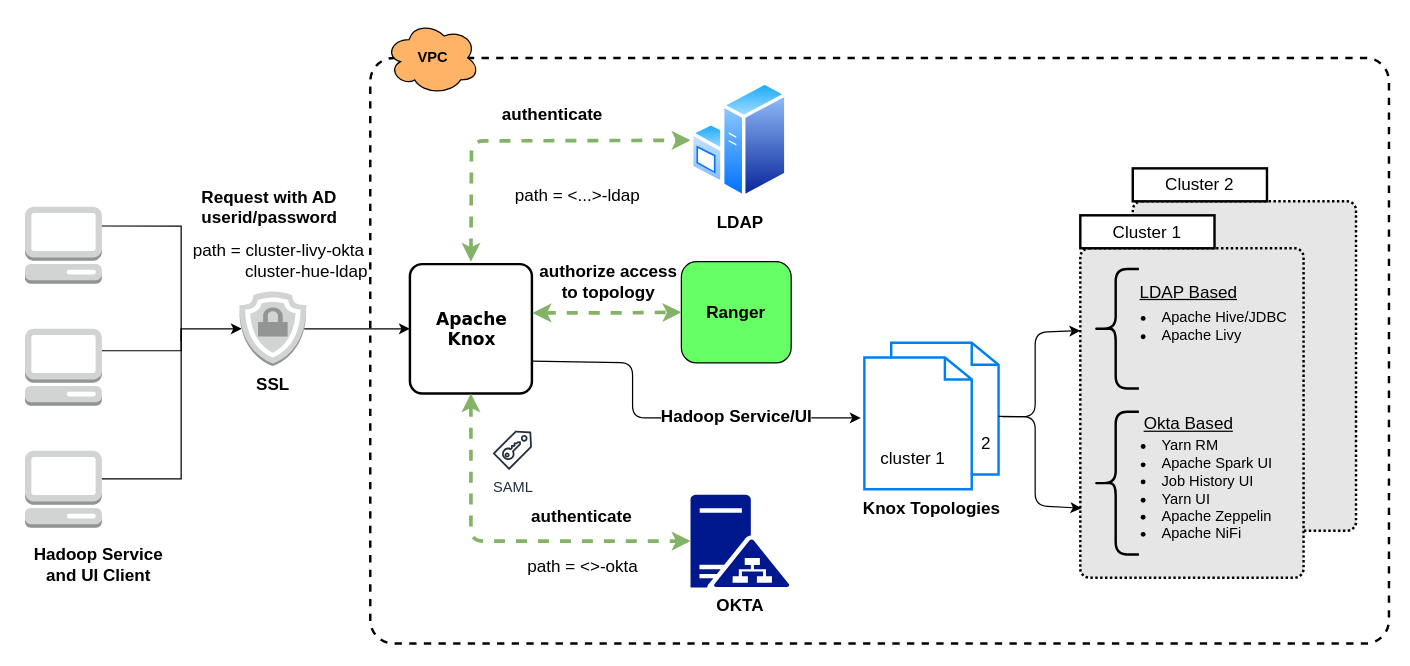
iphysresearch/drawio keeps this draw.io diagram as knox.drawio. Above is the earlier version. Source tidied: cells renumbered, new cells numbered last; positions are measured from the earlier drawing's top-left corner, leaving out a move shared by most shapes. Both pictures are drawn from the tidied source at 122%, with x=0, y=0 at pixel (24, 21).
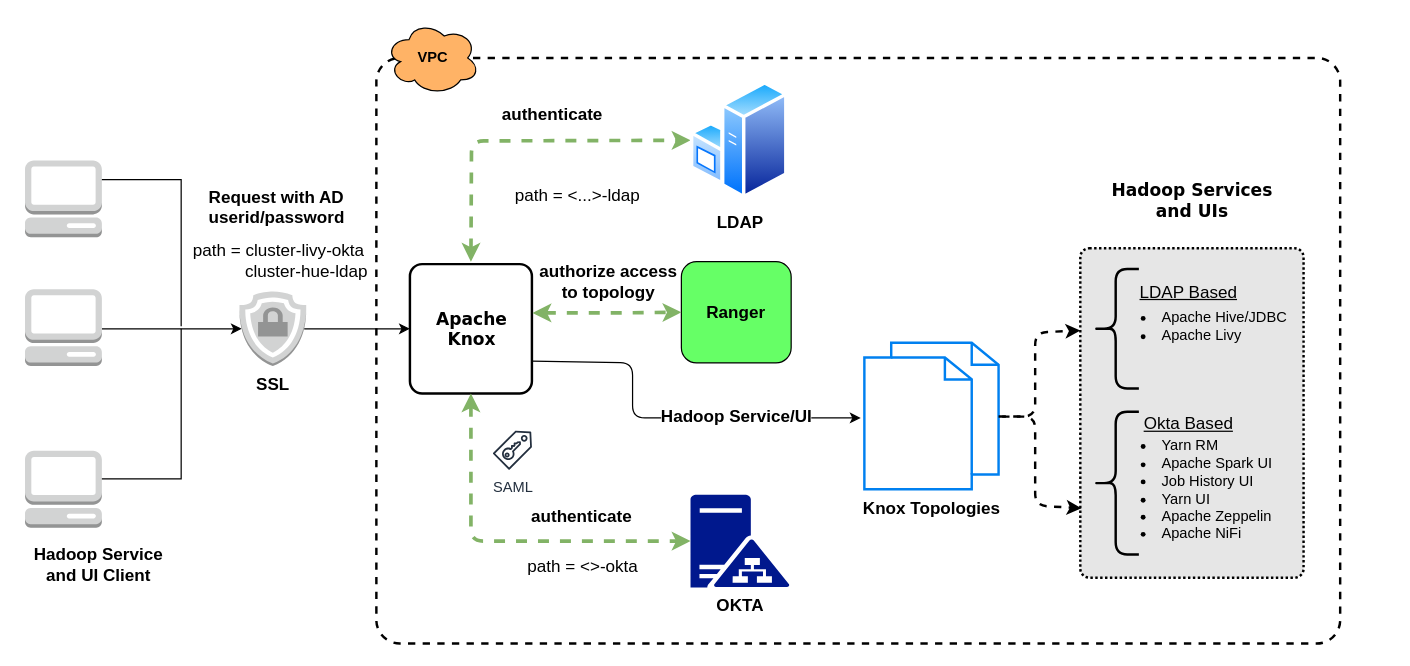
The same diagram, later.

Unchanged cells that the change refers to:
```xml
<mxCell id="2" value="Knox Topologies" style="html=1;verticalLabelPosition=bottom;align=center;labelBackgroundColor=#ffffff;verticalAlign=top;strokeWidth=2;strokeColor=#0080F0;fillColor=#ffffff;shadow=0;dashed=0;shape=mxgraph.ios7.icons.documents;rounded=1;glass=0;comic=0;fontSize=14;fontStyle=1;" parent="1" vertex="1">
  <mxGeometry x="688" y="263.5" width="110" height="120" as="geometry" />
</mxCell>
<mxCell id="4" style="rounded=1;arcSize=4;dashed=1;strokeColor=#000000;fillColor=#E6E6E6;gradientColor=none;strokeWidth=2;shadow=0;comic=0;fontFamily=Verdana;fontSize=12;fontColor=#000000;html=1;glass=0;dashPattern=1 1;" parent="1" vertex="1">
  <mxGeometry x="865" y="186" width="183" height="270" as="geometry" />
</mxCell>
<mxCell id="10" value="&lt;b&gt;SSL&lt;/b&gt;&lt;br&gt;" style="outlineConnect=0;dashed=0;verticalLabelPosition=bottom;verticalAlign=top;align=center;html=1;shape=mxgraph.aws3.ssl_padlock;fillColor=#D2D3D3;gradientColor=none;fontSize=14;" parent="1" vertex="1">
  <mxGeometry x="175.5" y="221.5" width="55" height="61" as="geometry" />
</mxCell>
```

The edit, as a diff of the source:
```diff
@@
+    <mxCell id="25" style="rounded=1;arcSize=4;dashed=1;strokeColor=#000000;fillColor=none;gradientColor=none;strokeWidth=2;shadow=0;comic=0;fontFamily=Verdana;fontSize=12;fontColor=#000000;html=1;glass=0;" parent="1" vertex="1">
+      <mxGeometry x="288" y="30" width="790" height="480" as="geometry" />
+    </mxCell>
@@
-    <mxCell id="3" style="rounded=1;arcSize=4;dashed=1;strokeColor=#000000;fillColor=#E6E6E6;gradientColor=none;strokeWidth=2;shadow=0;comic=0;fontFamily=Verdana;fontSize=12;fontColor=#000000;html=1;glass=0;dashPattern=1 1;" parent="1" vertex="1">
-      <mxGeometry x="908" y="147.5" width="183" height="270" as="geometry" />
-    </mxCell>
@@
     <mxCell id="5" style="dashed=0;html=1;shape=mxgraph.aws3.management_console;fillColor=#D2D3D3;gradientColor=none;rounded=1;shadow=0;comic=0;strokeColor=#E6E6E6;strokeWidth=6;fontFamily=Verdana;fontSize=12;fontColor=#000000;" parent="1" vertex="1">
-      <mxGeometry y="152" width="63" height="63" as="geometry" />
+      <mxGeometry y="114" width="63" height="63" as="geometry" />
     </mxCell>
     <mxCell id="6" style="edgeStyle=orthogonalEdgeStyle;rounded=0;html=1;labelBackgroundColor=none;strokeWidth=1;fontFamily=Verdana;fontSize=12;entryX=0.04;entryY=0.5;entryDx=0;entryDy=0;entryPerimeter=0;" parent="1" edge="1" source="7" target="10">
       <mxGeometry relative="1" as="geometry">
         <Array as="points">
-          <mxPoint x="128" y="270" />
-          <mxPoint x="128" y="252" />
+          <mxPoint x="98" y="252" />
+          <mxPoint x="98" y="252" />
         </Array>
       </mxGeometry>
     </mxCell>
     <mxCell id="7" style="dashed=0;html=1;shape=mxgraph.aws3.management_console;fillColor=#D2D3D3;gradientColor=none;rounded=1;shadow=0;comic=0;strokeColor=#E6E6E6;strokeWidth=6;fontFamily=Verdana;fontSize=12;fontColor=#000000;" parent="1" vertex="1">
-      <mxGeometry y="252" width="63" height="63" as="geometry" />
+      <mxGeometry y="219.5" width="63" height="63" as="geometry" />
     </mxCell>
@@
     <mxCell id="12" value="Request with AD &lt;br&gt;userid/password" style="text;html=1;align=left;verticalAlign=top;spacingTop=-4;fontSize=14;fontStyle=1;" parent="1" vertex="1">
-      <mxGeometry x="143" y="132.5" width="120" height="40" as="geometry" />
+      <mxGeometry x="149" y="132.5" width="120" height="40" as="geometry" />
     </mxCell>
@@
-    <mxCell id="25" style="rounded=1;arcSize=4;dashed=1;strokeColor=#000000;fillColor=none;gradientColor=none;strokeWidth=2;shadow=0;comic=0;fontFamily=Verdana;fontSize=12;fontColor=#000000;html=1;glass=0;" parent="1" vertex="1">
-      <mxGeometry x="283" y="30" width="835" height="480" as="geometry" />
-    </mxCell>
@@
-    <mxCell id="36" style="endArrow=classic;html=1;fontSize=14;entryX=0;entryY=0.25;entryDx=0;entryDy=0;" parent="1" edge="1" source="2" target="4">
+    <mxCell id="36" style="endArrow=classic;html=1;fontSize=14;entryX=0;entryY=0.25;entryDx=0;entryDy=0;dashed=1;strokeWidth=2;" parent="1" edge="1" source="2" target="4">
       <mxGeometry relative="1" as="geometry">
         <Array as="points">
           <mxPoint x="828" y="324" />
           <mxPoint x="828" y="255" />
         </Array>
       </mxGeometry>
     </mxCell>
-    <mxCell id="37" style="endArrow=classic;html=1;fontSize=14;entryX=0.005;entryY=0.789;entryDx=0;entryDy=0;exitX=1.027;exitY=0.504;exitDx=0;exitDy=0;exitPerimeter=0;entryPerimeter=0;" parent="1" edge="1" source="2" target="4">
+    <mxCell id="37" style="endArrow=classic;html=1;fontSize=14;entryX=0.005;entryY=0.789;entryDx=0;entryDy=0;exitX=1.027;exitY=0.504;exitDx=0;exitDy=0;exitPerimeter=0;entryPerimeter=0;dashed=1;strokeWidth=2;" parent="1" edge="1" source="2" target="4">
       <mxGeometry relative="1" as="geometry">
         <Array as="points">
           <mxPoint x="828" y="324" />
           <mxPoint x="828" y="397" />
         </Array>
       </mxGeometry>
     </mxCell>
@@
-    <mxCell id="39" value="cluster 1" style="text;html=1;strokeColor=none;fillColor=none;align=center;verticalAlign=middle;whiteSpace=wrap;rounded=0;shadow=0;glass=0;dashed=1;dashPattern=1 1;comic=0;fontSize=14;" parent="1" vertex="1">
-      <mxGeometry x="698" y="347.5" width="60" height="20" as="geometry" />
-    </mxCell>
-    <mxCell id="40" value="2" style="text;html=1;strokeColor=none;fillColor=none;align=center;verticalAlign=middle;whiteSpace=wrap;rounded=0;shadow=0;glass=0;dashed=1;dashPattern=1 1;comic=0;fontSize=14;" parent="1" vertex="1">
-      <mxGeometry x="768" y="335.5" width="40" height="20" as="geometry" />
-    </mxCell>
-    <mxCell id="41" value="Cluster 1" style="rounded=0;whiteSpace=wrap;html=1;shadow=0;glass=0;comic=0;strokeWidth=2;fillColor=#FFFFFF;fontSize=14;align=center;" parent="1" vertex="1">
-      <mxGeometry x="865" y="159" width="110" height="27" as="geometry" />
-    </mxCell>
-    <mxCell id="42" value="Cluster 2" style="rounded=0;whiteSpace=wrap;html=1;shadow=0;glass=0;comic=0;strokeWidth=2;fillColor=#FFFFFF;fontSize=14;align=center;" parent="1" vertex="1">
-      <mxGeometry x="908" y="120.5" width="110" height="27" as="geometry" />
-    </mxCell>
@@
+    <mxCell id="45" value="Hadoop Services and UIs" style="text;html=1;strokeColor=none;fillColor=none;align=center;verticalAlign=middle;whiteSpace=wrap;rounded=0;fontSize=14;fontStyle=1;fontFamily=Verdana;" parent="1" vertex="1">
+      <mxGeometry x="881.5" y="136.5" width="150" height="20" as="geometry" />
+    </mxCell>
```
